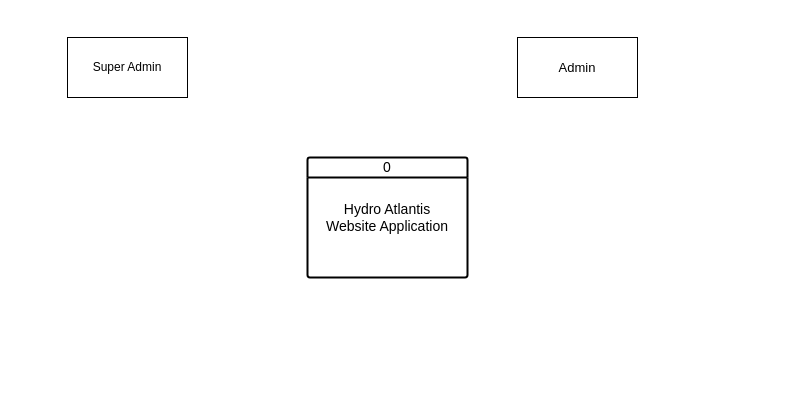
Before: Context FLow.drawio in llenny18/hydroatlantis, a draw.io diagram. Source tidied: cells renumbered, new cells numbered last; positions are measured from the earlier drawing's top-left corner, leaving out a move shared by most shapes. Both pictures are drawn from the tidied source at 100%, with x=0, y=0 at pixel (67, 37).
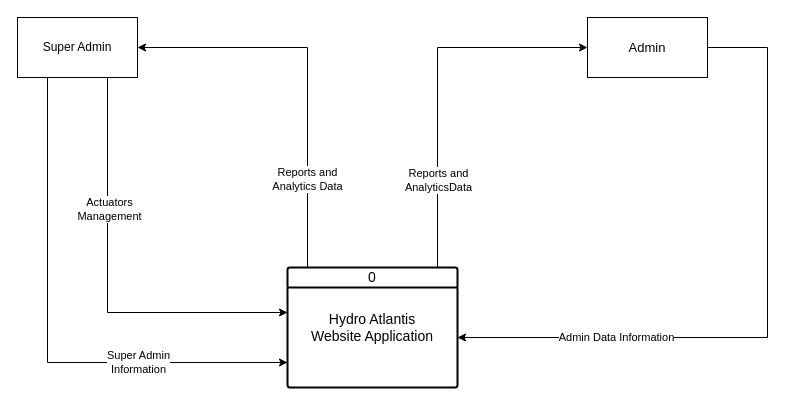
The same diagram, later.

What changed in the source:
```diff
@@
+    <mxCell id="6" style="edgeStyle=orthogonalEdgeStyle;rounded=0;jettySize=auto;html=1;exitX=0.75;exitY=1;exitDx=0;exitDy=0;entryX=0;entryY=0.25;entryDx=0;entryDy=0;" parent="1" edge="1" source="2" target="5">
+      <mxGeometry relative="1" as="geometry" />
+    </mxCell>
+    <mxCell id="7" value="Actuators&lt;div&gt;Management&lt;/div&gt;" style="edgeLabel;html=1;align=center;verticalAlign=middle;" parent="6" vertex="1">
+      <mxGeometry x="-0.37" y="1" relative="1" as="geometry" />
+    </mxCell>
+    <mxCell id="8" style="edgeStyle=orthogonalEdgeStyle;rounded=0;jettySize=auto;html=1;exitX=0.25;exitY=1;exitDx=0;exitDy=0;entryX=0;entryY=0.75;entryDx=0;entryDy=0;" parent="1" edge="1" source="2" target="5">
+      <mxGeometry relative="1" as="geometry" />
+    </mxCell>
+    <mxCell id="9" value="Super Admin&lt;div&gt;Information&lt;/div&gt;" style="edgeLabel;html=1;align=center;verticalAlign=middle;" parent="8" vertex="1">
+      <mxGeometry x="0.43" y="1" relative="1" as="geometry" />
+    </mxCell>
     <mxCell id="2" value="Super Admin" style="rounded=0;whiteSpace=wrap;html=1;" parent="1" vertex="1">
-      <mxGeometry width="120" height="60" as="geometry" />
+      <mxGeometry x="-50" y="-20" width="120" height="60" as="geometry" />
     </mxCell>
+    <mxCell id="10" style="edgeStyle=orthogonalEdgeStyle;rounded=0;jettySize=auto;html=1;exitX=1;exitY=0.5;exitDx=0;exitDy=0;entryX=1;entryY=0.5;entryDx=0;entryDy=0;" parent="1" edge="1" source="3" target="5">
+      <mxGeometry relative="1" as="geometry">
+        <Array as="points">
+          <mxPoint x="700" y="10" />
+          <mxPoint x="700" y="300" />
+        </Array>
+      </mxGeometry>
+    </mxCell>
+    <mxCell id="11" value="Admin Data Information" style="edgeLabel;html=1;align=center;verticalAlign=middle;" parent="10" vertex="1">
+      <mxGeometry x="0.52" y="-1" relative="1" as="geometry" />
+    </mxCell>
     <mxCell id="3" value="&lt;font style=&quot;font-size: 13px;&quot;&gt;Admin&lt;/font&gt;" style="rounded=0;whiteSpace=wrap;html=1;" parent="1" vertex="1">
-      <mxGeometry x="450" width="120" height="60" as="geometry" />
+      <mxGeometry x="520" y="-20" width="120" height="60" as="geometry" />
     </mxCell>
+    <mxCell id="12" style="edgeStyle=orthogonalEdgeStyle;rounded=0;jettySize=auto;html=1;exitX=0.75;exitY=0;exitDx=0;exitDy=0;entryX=0;entryY=0.5;entryDx=0;entryDy=0;" parent="1" edge="1" source="4" target="3">
+      <mxGeometry relative="1" as="geometry">
+        <Array as="points">
+          <mxPoint x="370" y="230" />
+          <mxPoint x="370" y="10" />
+        </Array>
+      </mxGeometry>
+    </mxCell>
+    <mxCell id="13" value="Reports and&lt;div&gt;AnalyticsData&lt;/div&gt;" style="edgeLabel;html=1;align=center;verticalAlign=middle;" parent="12" vertex="1">
+      <mxGeometry x="-0.44" y="1" relative="1" as="geometry">
+        <mxPoint x="1" as="offset" />
+      </mxGeometry>
+    </mxCell>
+    <mxCell id="14" style="edgeStyle=orthogonalEdgeStyle;rounded=0;jettySize=auto;html=1;exitX=0.25;exitY=0;exitDx=0;exitDy=0;entryX=1;entryY=0.5;entryDx=0;entryDy=0;" parent="1" edge="1" source="4" target="2">
+      <mxGeometry relative="1" as="geometry">
+        <Array as="points">
+          <mxPoint x="240" y="230" />
+          <mxPoint x="240" y="10" />
+        </Array>
+      </mxGeometry>
+    </mxCell>
+    <mxCell id="15" value="Reports and&lt;div&gt;Analytics Data&lt;/div&gt;" style="edgeLabel;html=1;align=center;verticalAlign=middle;" parent="14" vertex="1">
+      <mxGeometry x="-0.46" y="2" relative="1" as="geometry">
+        <mxPoint x="1" as="offset" />
+      </mxGeometry>
+    </mxCell>
     <mxCell id="4" value="0" style="swimlane;horizontal=1;startSize=20;rounded=1;fontSize=14;fontStyle=0;strokeWidth=2;shadow=0;dashed=0;align=center;arcSize=4;whiteSpace=wrap;html=1;" parent="1" vertex="1">
-      <mxGeometry x="240" y="120" width="160" height="120" as="geometry" />
+      <mxGeometry x="220" y="230" width="170" height="120" as="geometry" />
     </mxCell>
     <mxCell id="5" value="&lt;div&gt;&lt;span style=&quot;&quot;&gt;&lt;font style=&quot;font-size: 14px;&quot;&gt;&lt;br&gt;&lt;/font&gt;&lt;/span&gt;&lt;/div&gt;&lt;span style=&quot;&quot;&gt;&lt;font style=&quot;font-size: 14px;&quot;&gt;&lt;div&gt;&lt;span style=&quot;background-color: transparent; color: light-dark(rgb(0, 0, 0), rgb(255, 255, 255));&quot;&gt;Hydro Atlantis&lt;/span&gt;&lt;/div&gt;&lt;/font&gt;&lt;/span&gt;&lt;div style=&quot;&quot;&gt;&lt;font style=&quot;font-size: 14px;&quot;&gt;Website Application&lt;/font&gt;&lt;/div&gt;" style="align=center;strokeColor=none;fillColor=none;spacingLeft=4;spacingRight=4;fontSize=12;verticalAlign=top;html=1;whiteSpace=wrap;" parent="4" vertex="1">
-      <mxGeometry y="20" width="160" height="100" as="geometry" />
+      <mxGeometry y="20" width="170" height="100" as="geometry" />
     </mxCell>
```
